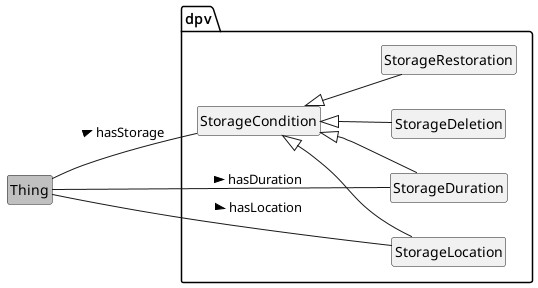
jeswr/dpv keeps this PlantUML diagram as diagrams/overview_Storage.png. Above is the earlier version. Its source is kept beside it as 2.0/diagrams/plantuml/overview_Storage.plantuml. Source of this version:
```plantuml
@startuml
!include style.plantuml
top to bottom direction

class Thing #silver
package dpv {
	class ProcessingCondition
	class ProcessingLocation
	class ProcessingDuration
	class StorageDuration
	class StorageLocation
	class StorageDeletion
	class StorageRestoration
	class StorageCondition
}
Thing -- StorageCondition: hasStorageCondition >
Thing -- ProcessingCondition: hasProcessingCondition >
Thing -- ProcessingDuration : hasDuration >
Thing -- ProcessingLocation: hasLocation >

StorageCondition <|-- StorageDuration
StorageCondition <|-- StorageLocation
StorageCondition <|-- StorageDeletion
StorageCondition <|-- StorageRestoration
ProcessingCondition <|-- StorageCondition
ProcessingCondition <|-- ProcessingLocation
ProcessingCondition <|-- ProcessingDuration
ProcessingLocation <|-- StorageLocation
ProcessingDuration <|-- StorageDuration

@enduml
```
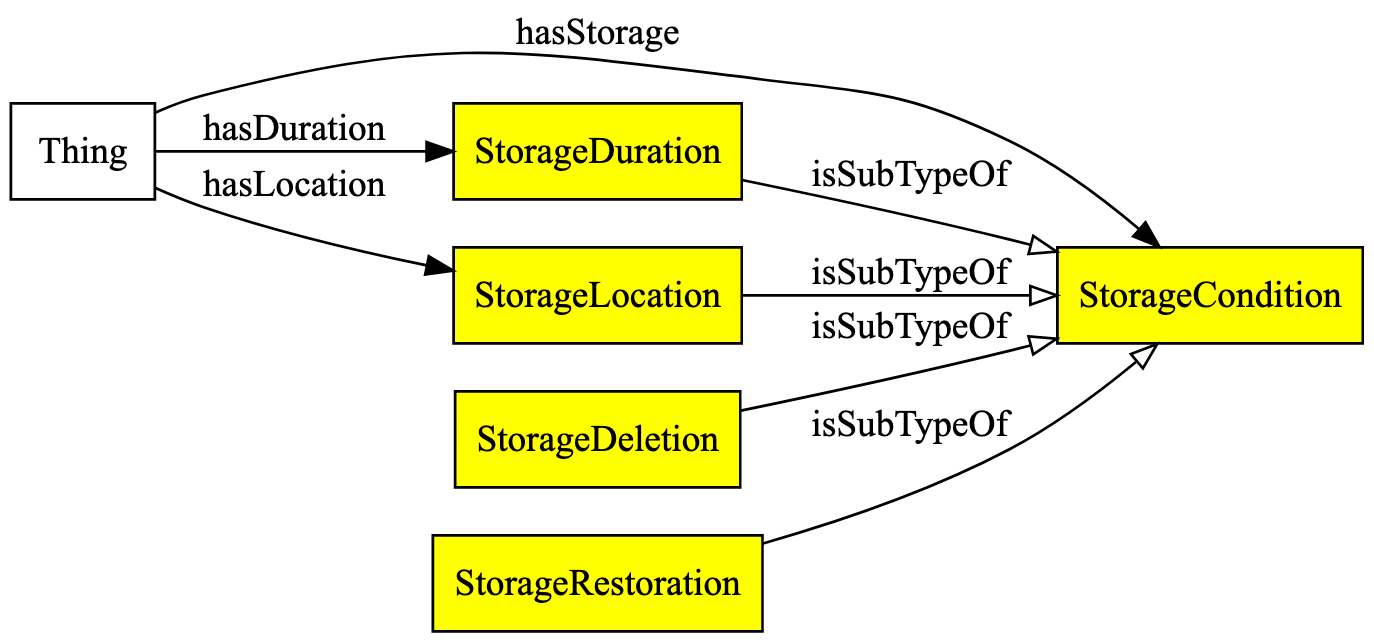
After the commit.

The edit, as a diff of the source:
```diff
@@ -1,31 +1,22 @@
 @startuml
 !include style.plantuml
-top to bottom direction
+left to right direction
 
 class Thing #silver
 package dpv {
-	class ProcessingCondition
-	class ProcessingLocation
-	class ProcessingDuration
 	class StorageDuration
 	class StorageLocation
 	class StorageDeletion
 	class StorageRestoration
 	class StorageCondition
 }
-Thing -- StorageCondition: hasStorageCondition >
-Thing -- ProcessingCondition: hasProcessingCondition >
-Thing -- ProcessingDuration : hasDuration >
-Thing -- ProcessingLocation: hasLocation >
+Thing -- StorageCondition: hasStorage >
+Thing -- StorageDuration : hasDuration >
+Thing -- StorageLocation: hasLocation >
 
 StorageCondition <|-- StorageDuration
 StorageCondition <|-- StorageLocation
 StorageCondition <|-- StorageDeletion
 StorageCondition <|-- StorageRestoration
-ProcessingCondition <|-- StorageCondition
-ProcessingCondition <|-- ProcessingLocation
-ProcessingCondition <|-- ProcessingDuration
-ProcessingLocation <|-- StorageLocation
-ProcessingDuration <|-- StorageDuration
 
 @enduml
```
